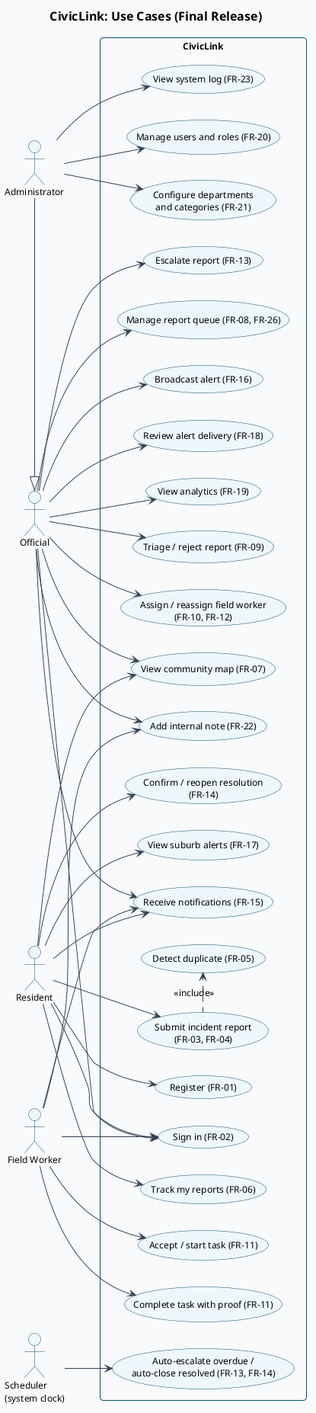
Before: docs/diagrams/usecase.png, a diagram exported from PlantUML (altechemist/civiclink). Source of this version:
```plantuml
@startuml usecase
!include _style.iuml
title CivicLink: Use Cases (Final Release)
left to right direction

actor Resident as R
actor "Official" as O
actor "Field Worker" as W
actor Administrator as A
actor "Scheduler\n(system clock)" as S
A -|> O

rectangle CivicLink {
  usecase "Register (FR-01)" as UC1
  usecase "Sign in (FR-02)" as UC2
  usecase "Submit incident report\n(FR-03, FR-04)" as UC3
  usecase "Detect duplicate (FR-05)" as UC4
  usecase "Track my reports (FR-06)" as UC5
  usecase "Confirm / reopen resolution\n(FR-14)" as UC6
  usecase "View community map (FR-07)" as UC7
  usecase "View suburb alerts (FR-17)" as UC8
  usecase "Receive notifications (FR-15)" as UC9
  usecase "Triage / reject report (FR-09)" as UC10
  usecase "Assign / reassign field worker\n(FR-10, FR-12)" as UC11
  usecase "Escalate report (FR-13)" as UC12
  usecase "Manage report queue (FR-08, FR-26)" as UC13
  usecase "Broadcast alert (FR-16)" as UC14
  usecase "Review alert delivery (FR-18)" as UC15
  usecase "View analytics (FR-19)" as UC16
  usecase "Add internal note (FR-22)" as UC17
  usecase "Accept / start task (FR-11)" as UC18
  usecase "Complete task with proof (FR-11)" as UC19
  usecase "Manage users and roles (FR-20)" as UC20
  usecase "Configure departments\nand categories (FR-21)" as UC21
  usecase "View system log (FR-23)" as UC22
  usecase "Auto-escalate overdue /\nauto-close resolved (FR-13, FR-14)" as UC23
}

R --> UC1
R --> UC2
R --> UC3
UC3 .> UC4 : <<include>>
R --> UC5
R --> UC6
R --> UC7
R --> UC8
R --> UC9

O --> UC2
O --> UC13
O --> UC10
O --> UC11
O --> UC12
O --> UC14
O --> UC15
O --> UC16
O --> UC17
O --> UC7
O --> UC9

W --> UC2
W --> UC18
W --> UC19
W --> UC17
W --> UC9

A --> UC20
A --> UC21
A --> UC22
S --> UC23
@enduml
```
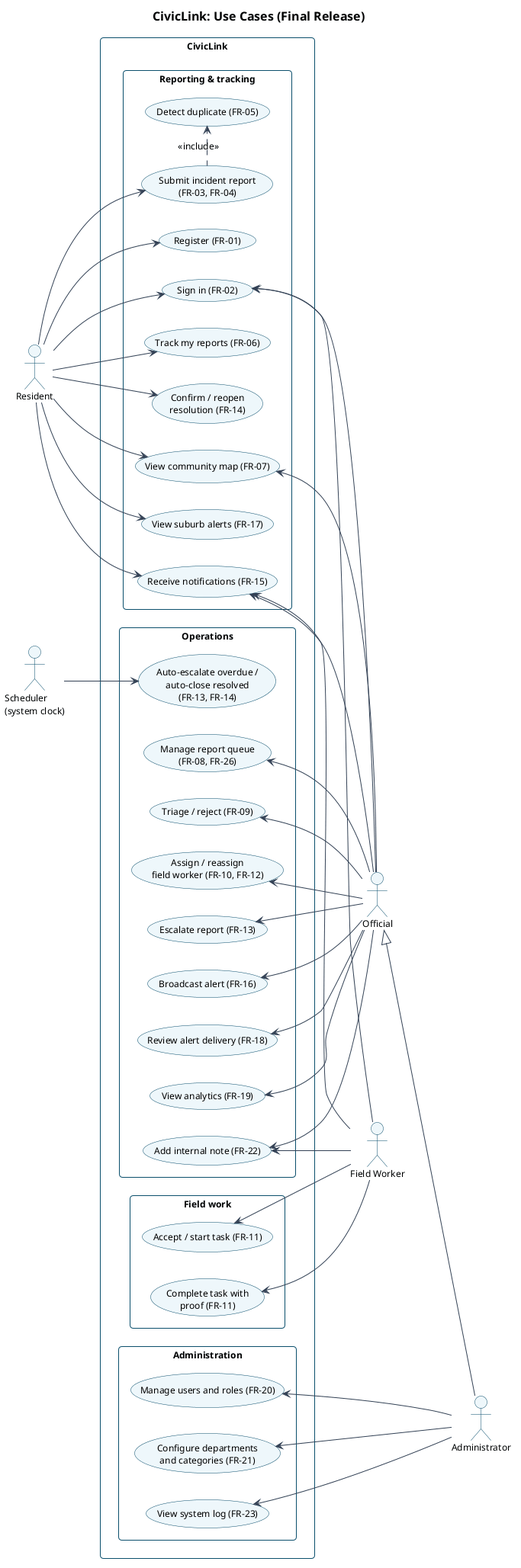
Later version of the same file.

Commit message:
docs(report): final report source, template builder and generated .docx; readable class/use-case diagrams

Change to the diagram source:
```diff
@@ -2,39 +2,49 @@
 !include _style.iuml
 title CivicLink: Use Cases (Final Release)
 left to right direction
+skinparam packageStyle rectangle
 
 actor Resident as R
+actor "Scheduler\n(system clock)" as S
+
+rectangle CivicLink {
+  package "Reporting & tracking" {
+    usecase "Register (FR-01)" as UC1
+    usecase "Sign in (FR-02)" as UC2
+    usecase "Submit incident report\n(FR-03, FR-04)" as UC3
+    usecase "Detect duplicate (FR-05)" as UC4
+    usecase "Track my reports (FR-06)" as UC5
+    usecase "Confirm / reopen\nresolution (FR-14)" as UC6
+    usecase "View community map (FR-07)" as UC7
+    usecase "View suburb alerts (FR-17)" as UC8
+    usecase "Receive notifications (FR-15)" as UC9
+  }
+  package "Operations" {
+    usecase "Manage report queue\n(FR-08, FR-26)" as UC13
+    usecase "Triage / reject (FR-09)" as UC10
+    usecase "Assign / reassign\nfield worker (FR-10, FR-12)" as UC11
+    usecase "Escalate report (FR-13)" as UC12
+    usecase "Broadcast alert (FR-16)" as UC14
+    usecase "Review alert delivery (FR-18)" as UC15
+    usecase "View analytics (FR-19)" as UC16
+    usecase "Add internal note (FR-22)" as UC17
+    usecase "Auto-escalate overdue /\nauto-close resolved\n(FR-13, FR-14)" as UC23
+  }
+  package "Field work" {
+    usecase "Accept / start task (FR-11)" as UC18
+    usecase "Complete task with\nproof (FR-11)" as UC19
+  }
+  package "Administration" {
+    usecase "Manage users and roles (FR-20)" as UC20
+    usecase "Configure departments\nand categories (FR-21)" as UC21
+    usecase "View system log (FR-23)" as UC22
+  }
+}
+
 actor "Official" as O
 actor "Field Worker" as W
 actor Administrator as A
-actor "Scheduler\n(system clock)" as S
-A -|> O
-
-rectangle CivicLink {
-  usecase "Register (FR-01)" as UC1
-  usecase "Sign in (FR-02)" as UC2
-  usecase "Submit incident report\n(FR-03, FR-04)" as UC3
-  usecase "Detect duplicate (FR-05)" as UC4
-  usecase "Track my reports (FR-06)" as UC5
-  usecase "Confirm / reopen resolution\n(FR-14)" as UC6
-  usecase "View community map (FR-07)" as UC7
-  usecase "View suburb alerts (FR-17)" as UC8
-  usecase "Receive notifications (FR-15)" as UC9
-  usecase "Triage / reject report (FR-09)" as UC10
-  usecase "Assign / reassign field worker\n(FR-10, FR-12)" as UC11
-  usecase "Escalate report (FR-13)" as UC12
-  usecase "Manage report queue (FR-08, FR-26)" as UC13
-  usecase "Broadcast alert (FR-16)" as UC14
-  usecase "Review alert delivery (FR-18)" as UC15
-  usecase "View analytics (FR-19)" as UC16
-  usecase "Add internal note (FR-22)" as UC17
-  usecase "Accept / start task (FR-11)" as UC18
-  usecase "Complete task with proof (FR-11)" as UC19
-  usecase "Manage users and roles (FR-20)" as UC20
-  usecase "Configure departments\nand categories (FR-21)" as UC21
-  usecase "View system log (FR-23)" as UC22
-  usecase "Auto-escalate overdue /\nauto-close resolved (FR-13, FR-14)" as UC23
-}
+O <|-- A
 
 R --> UC1
 R --> UC2
@@ -45,27 +55,25 @@
 R --> UC7
 R --> UC8
 R --> UC9
+S --> UC23
 
-O --> UC2
-O --> UC13
-O --> UC10
-O --> UC11
-O --> UC12
-O --> UC14
-O --> UC15
-O --> UC16
-O --> UC17
-O --> UC7
-O --> UC9
-
-W --> UC2
-W --> UC18
-W --> UC19
-W --> UC17
-W --> UC9
-
-A --> UC20
-A --> UC21
-A --> UC22
-S --> UC23
+UC2 <-- O
+UC13 <-- O
+UC10 <-- O
+UC11 <-- O
+UC12 <-- O
+UC14 <-- O
+UC15 <-- O
+UC16 <-- O
+UC17 <-- O
+UC7 <-- O
+UC9 <-- O
+UC2 <-- W
+UC18 <-- W
+UC19 <-- W
+UC17 <-- W
+UC9 <-- W
+UC20 <-- A
+UC21 <-- A
+UC22 <-- A
 @enduml
```
